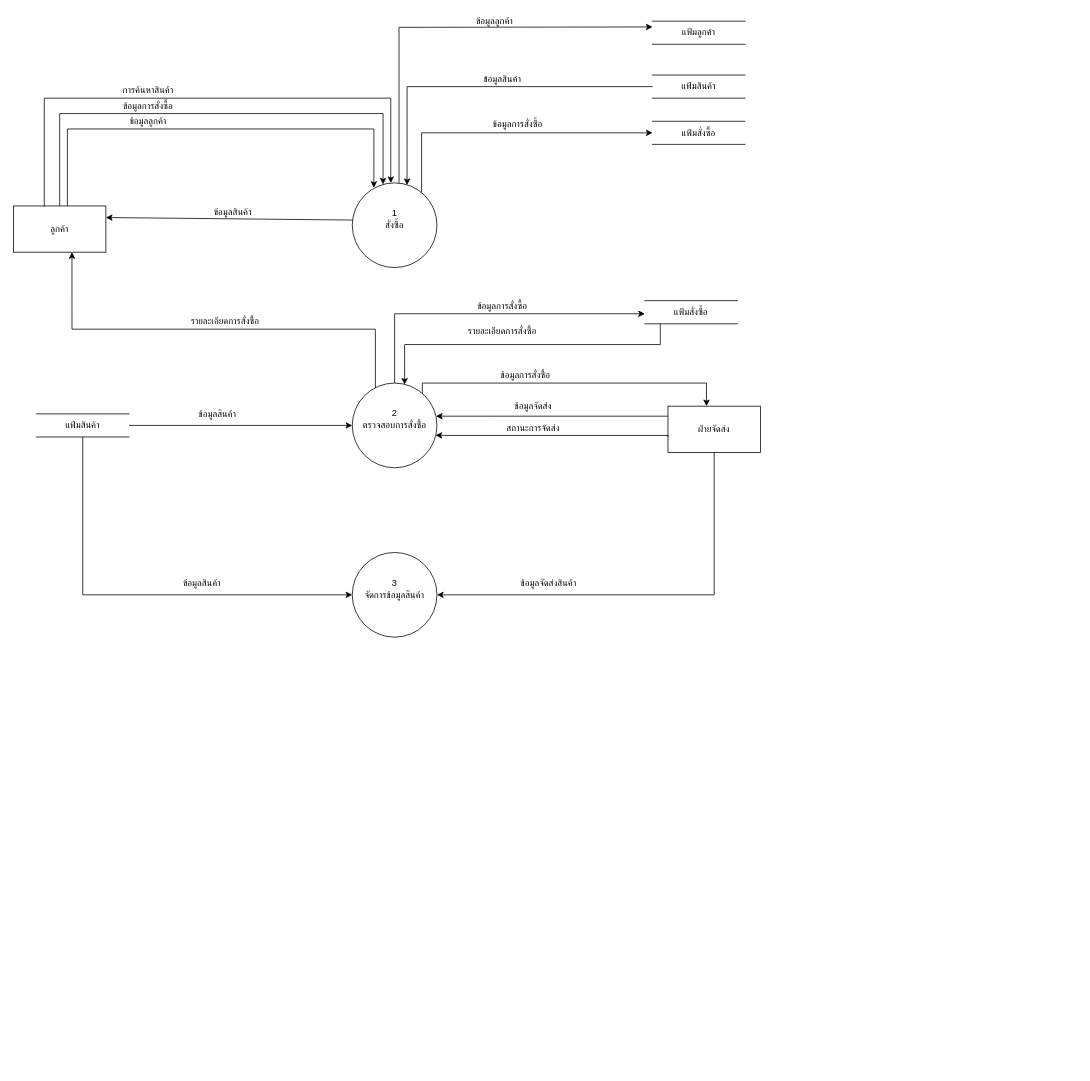
Above: DFD Lv1.drawio in tonparin/SomkidDiagram (draw.io), before the change. Source tidied: cells renumbered, new cells numbered last; positions are measured from the earlier drawing's top-left corner, leaving out a move shared by most shapes. Both pictures are drawn from the tidied source at 77%, with x=0, y=0 at pixel (13, 13).
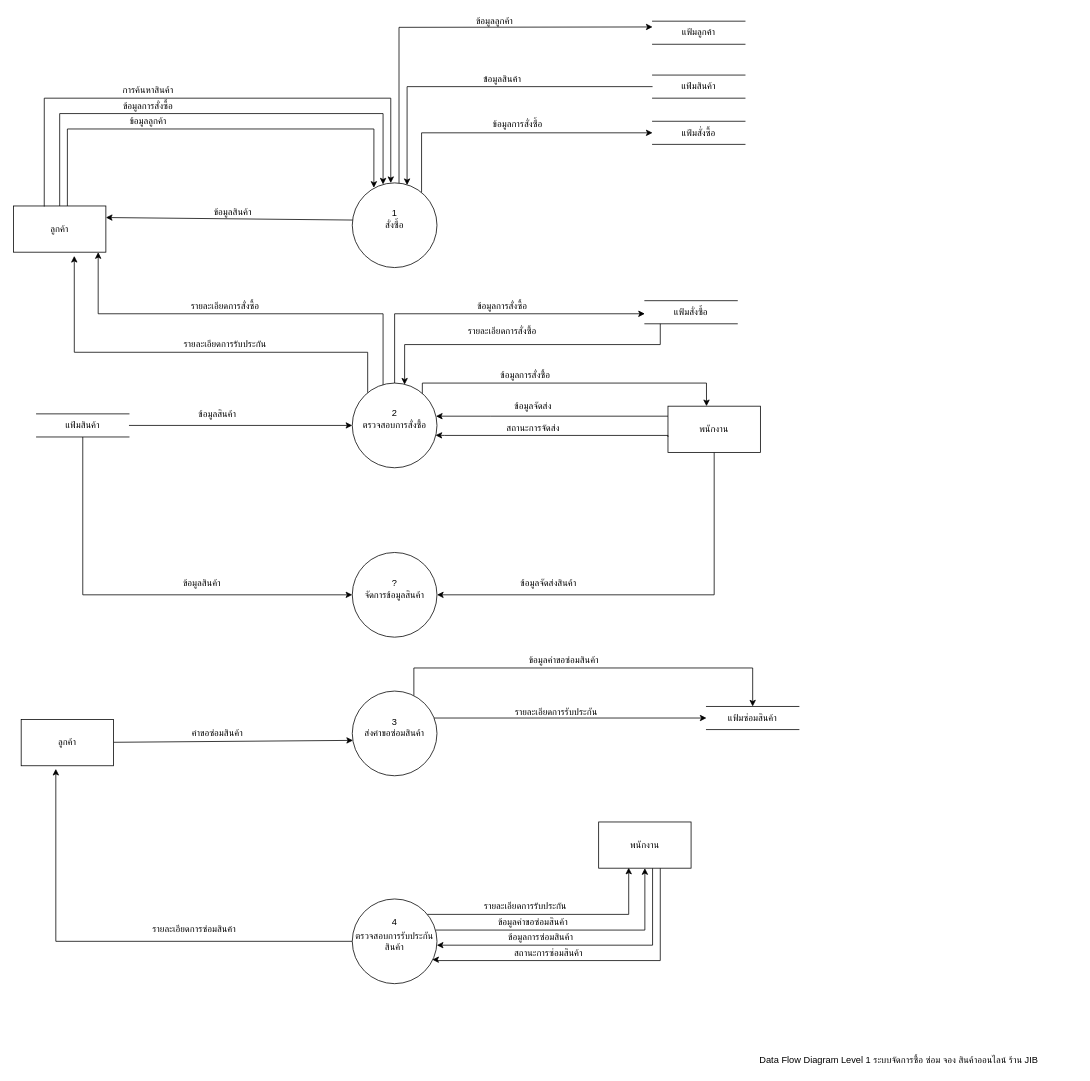
After the change.

The change refers to these unchanged cells:
```xml
<mxCell id="4" value="ลูกค้า" style="rounded=0;whiteSpace=wrap;html=1;" parent="1" vertex="1">
  <mxGeometry y="250" width="120" height="60" as="geometry" />
</mxCell>
<mxCell id="26" value="ตรวจสอบการสั่งซื้อ" style="ellipse;whiteSpace=wrap;html=1;" parent="1" vertex="1">
  <mxGeometry x="440" y="480" width="110" height="110" as="geometry" />
</mxCell>
```

The edit, as a diff of the source:
```diff
@@
+    <mxCell id="47" style="edgeStyle=orthogonalEdgeStyle;rounded=0;jettySize=auto;html=1;exitX=0.984;exitY=0.367;exitDx=0;exitDy=0;exitPerimeter=0;" parent="1" edge="1" source="60" target="64">
+      <mxGeometry relative="1" as="geometry">
+        <Array as="points">
+          <mxPoint x="820" y="1190" />
+        </Array>
+      </mxGeometry>
+    </mxCell>
+    <mxCell id="48" style="edgeStyle=orthogonalEdgeStyle;rounded=0;jettySize=auto;html=1;entryX=0.5;entryY=0;entryDx=0;entryDy=0;" parent="1" edge="1" source="50" target="68">
+      <mxGeometry relative="1" as="geometry">
+        <Array as="points">
+          <mxPoint x="520" y="850" />
+          <mxPoint x="960" y="850" />
+        </Array>
+      </mxGeometry>
+    </mxCell>
+    <mxCell id="49" style="edgeStyle=orthogonalEdgeStyle;rounded=0;jettySize=auto;html=1;entryX=0;entryY=0.5;entryDx=0;entryDy=0;" parent="1" edge="1" source="50" target="68">
+      <mxGeometry relative="1" as="geometry">
+        <Array as="points">
+          <mxPoint x="650" y="915" />
+          <mxPoint x="650" y="915" />
+        </Array>
+      </mxGeometry>
+    </mxCell>
+    <mxCell id="50" value="ส่งคำขอซ่อมสินค้า" style="ellipse;whiteSpace=wrap;html=1;" parent="1" vertex="1">
+      <mxGeometry x="440" y="880" width="110" height="110" as="geometry" />
+    </mxCell>
@@
-    <mxCell id="6" style="edgeStyle=orthogonalEdgeStyle;rounded=0;jettySize=auto;html=1;entryX=0.633;entryY=1;entryDx=0;entryDy=0;entryPerimeter=0;exitX=0.273;exitY=0.073;exitDx=0;exitDy=0;exitPerimeter=0;" parent="1" edge="1" source="26" target="4">
+    <mxCell id="6" style="edgeStyle=orthogonalEdgeStyle;rounded=0;jettySize=auto;html=1;exitX=0.273;exitY=0.073;exitDx=0;exitDy=0;exitPerimeter=0;" parent="1" edge="1" source="26">
       <mxGeometry relative="1" as="geometry">
+        <mxPoint x="110" y="310" as="targetPoint" />
         <Array as="points">
-          <mxPoint x="470" y="410" />
-          <mxPoint x="76" y="410" />
+          <mxPoint x="480" y="488" />
+          <mxPoint x="480" y="390" />
+          <mxPoint x="110" y="390" />
         </Array>
       </mxGeometry>
     </mxCell>
@@
     <mxCell id="16" value="รายละเอียดการสั่งซื้อ" style="text;html=1;strokeColor=none;fillColor=none;align=center;verticalAlign=middle;whiteSpace=wrap;rounded=0;" parent="1" vertex="1">
-      <mxGeometry x="220" y="390" width="110" height="20" as="geometry" />
+      <mxGeometry x="220" y="370" width="110" height="20" as="geometry" />
     </mxCell>
@@
+    <mxCell id="51" style="edgeStyle=orthogonalEdgeStyle;rounded=0;jettySize=auto;html=1;entryX=0.658;entryY=1.081;entryDx=0;entryDy=0;entryPerimeter=0;" parent="1" edge="1" source="26" target="4">
+      <mxGeometry relative="1" as="geometry">
+        <Array as="points">
+          <mxPoint x="460" y="440" />
+          <mxPoint x="79" y="440" />
+        </Array>
+      </mxGeometry>
+    </mxCell>
@@
-    <mxCell id="38" value="ฝ่ายจัดส่ง" style="rounded=0;whiteSpace=wrap;html=1;" parent="1" vertex="1">
+    <mxCell id="38" value="พนักงาน" style="rounded=0;whiteSpace=wrap;html=1;" parent="1" vertex="1">
       <mxGeometry x="850" y="510" width="120" height="60" as="geometry" />
     </mxCell>
@@
     <mxCell id="44" value="3" style="text;html=1;strokeColor=none;fillColor=none;align=center;verticalAlign=middle;whiteSpace=wrap;rounded=0;" parent="1" vertex="1">
-      <mxGeometry x="475" y="730" width="40" height="20" as="geometry" />
+      <mxGeometry x="475" y="910" width="40" height="20" as="geometry" />
     </mxCell>
@@
+    <mxCell id="52" value="Data Flow Diagram Level 1 ระบบจัดการซื้อ ซ่อม จอง สินค้าออนไลน์ ร้าน JIB" style="text;html=1;strokeColor=none;fillColor=none;align=center;verticalAlign=middle;whiteSpace=wrap;rounded=0;" parent="1" vertex="1">
+      <mxGeometry x="920" y="1350" width="460" height="20" as="geometry" />
+    </mxCell>
+    <mxCell id="53" value="รายละเอียดการรับประกัน" style="text;html=1;strokeColor=none;fillColor=none;align=center;verticalAlign=middle;whiteSpace=wrap;rounded=0;" parent="1" vertex="1">
+      <mxGeometry x="210" y="420" width="130" height="20" as="geometry" />
+    </mxCell>
+    <mxCell id="54" value="?" style="text;html=1;strokeColor=none;fillColor=none;align=center;verticalAlign=middle;whiteSpace=wrap;rounded=0;" parent="1" vertex="1">
+      <mxGeometry x="475" y="730" width="40" height="20" as="geometry" />
+    </mxCell>
+    <mxCell id="55" value="คำขอซ่อมสินค้า" style="text;html=1;strokeColor=none;fillColor=none;align=center;verticalAlign=middle;whiteSpace=wrap;rounded=0;" parent="1" vertex="1">
+      <mxGeometry x="220" y="925" width="90" height="20" as="geometry" />
+    </mxCell>
+    <mxCell id="56" style="rounded=0;jettySize=auto;html=1;entryX=0.009;entryY=0.582;entryDx=0;entryDy=0;entryPerimeter=0;" parent="1" edge="1" source="57" target="50">
+      <mxGeometry relative="1" as="geometry" />
+    </mxCell>
+    <mxCell id="57" value="ลูกค้า" style="rounded=0;whiteSpace=wrap;html=1;" parent="1" vertex="1">
+      <mxGeometry x="10" y="917" width="120" height="60" as="geometry" />
+    </mxCell>
+    <mxCell id="58" style="edgeStyle=orthogonalEdgeStyle;rounded=0;jettySize=auto;html=1;entryX=0.375;entryY=1.067;entryDx=0;entryDy=0;entryPerimeter=0;" parent="1" edge="1" source="60" target="57">
+      <mxGeometry relative="1" as="geometry" />
+    </mxCell>
+    <mxCell id="59" style="edgeStyle=orthogonalEdgeStyle;rounded=0;jettySize=auto;html=1;entryX=0.325;entryY=0.99;entryDx=0;entryDy=0;entryPerimeter=0;" parent="1" edge="1" source="60" target="64">
+      <mxGeometry relative="1" as="geometry">
+        <Array as="points">
+          <mxPoint x="799" y="1170" />
+        </Array>
+      </mxGeometry>
+    </mxCell>
+    <mxCell id="60" value="ตรวจสอบการรับประกันสินค้า" style="ellipse;whiteSpace=wrap;html=1;" parent="1" vertex="1">
+      <mxGeometry x="440" y="1150" width="110" height="110" as="geometry" />
+    </mxCell>
+    <mxCell id="61" value="4" style="text;html=1;strokeColor=none;fillColor=none;align=center;verticalAlign=middle;whiteSpace=wrap;rounded=0;" parent="1" vertex="1">
+      <mxGeometry x="475" y="1170" width="40" height="20" as="geometry" />
+    </mxCell>
+    <mxCell id="62" style="edgeStyle=orthogonalEdgeStyle;rounded=0;jettySize=auto;html=1;" parent="1" edge="1" source="64" target="60">
+      <mxGeometry relative="1" as="geometry">
+        <Array as="points">
+          <mxPoint x="830" y="1210" />
+        </Array>
+      </mxGeometry>
+    </mxCell>
+    <mxCell id="63" style="edgeStyle=orthogonalEdgeStyle;rounded=0;jettySize=auto;html=1;entryX=0.945;entryY=0.716;entryDx=0;entryDy=0;entryPerimeter=0;" parent="1" edge="1" source="64" target="60">
+      <mxGeometry relative="1" as="geometry">
+        <Array as="points">
+          <mxPoint x="840" y="1230" />
+          <mxPoint x="550" y="1230" />
+          <mxPoint x="550" y="1229" />
+        </Array>
+      </mxGeometry>
+    </mxCell>
+    <mxCell id="64" value="พนักงาน" style="rounded=0;whiteSpace=wrap;html=1;" parent="1" vertex="1">
+      <mxGeometry x="760" y="1050" width="120" height="60" as="geometry" />
+    </mxCell>
+    <mxCell id="65" value="ข้อมูลคำขอซ่อมสินค้า" style="text;html=1;strokeColor=none;fillColor=none;align=center;verticalAlign=middle;whiteSpace=wrap;rounded=0;" parent="1" vertex="1">
+      <mxGeometry x="620" y="1170" width="110" height="20" as="geometry" />
+    </mxCell>
+    <mxCell id="66" value="ข้อมูลการซ่อมสินค้า" style="text;html=1;strokeColor=none;fillColor=none;align=center;verticalAlign=middle;whiteSpace=wrap;rounded=0;" parent="1" vertex="1">
+      <mxGeometry x="630" y="1190" width="110" height="20" as="geometry" />
+    </mxCell>
+    <mxCell id="67" value="สถานะการซ่อมสินค้า" style="text;html=1;strokeColor=none;fillColor=none;align=center;verticalAlign=middle;whiteSpace=wrap;rounded=0;" parent="1" vertex="1">
+      <mxGeometry x="640" y="1210" width="110" height="20" as="geometry" />
+    </mxCell>
+    <mxCell id="68" value="แฟ้มซ่อมสินค้า" style="shape=partialRectangle;whiteSpace=wrap;html=1;left=0;right=0;fillColor=none;" parent="1" vertex="1">
+      <mxGeometry x="900" y="900" width="120" height="30" as="geometry" />
+    </mxCell>
+    <mxCell id="69" value="ข้อมูลคำขอซ่อมสินค้า" style="text;html=1;strokeColor=none;fillColor=none;align=center;verticalAlign=middle;whiteSpace=wrap;rounded=0;" parent="1" vertex="1">
+      <mxGeometry x="660" y="830" width="110" height="20" as="geometry" />
+    </mxCell>
+    <mxCell id="70" value="รายละเอียดการซ่อมสินค้า" style="text;html=1;strokeColor=none;fillColor=none;align=center;verticalAlign=middle;whiteSpace=wrap;rounded=0;" parent="1" vertex="1">
+      <mxGeometry x="170" y="1180" width="130" height="20" as="geometry" />
+    </mxCell>
+    <mxCell id="71" value="รายละเอียดการรับประกัน" style="text;html=1;strokeColor=none;fillColor=none;align=center;verticalAlign=middle;whiteSpace=wrap;rounded=0;" parent="1" vertex="1">
+      <mxGeometry x="640" y="897" width="130" height="20" as="geometry" />
+    </mxCell>
+    <mxCell id="72" value="รายละเอียดการรับประกัน" style="text;html=1;strokeColor=none;fillColor=none;align=center;verticalAlign=middle;whiteSpace=wrap;rounded=0;" parent="1" vertex="1">
+      <mxGeometry x="600" y="1150" width="130" height="20" as="geometry" />
+    </mxCell>
```
